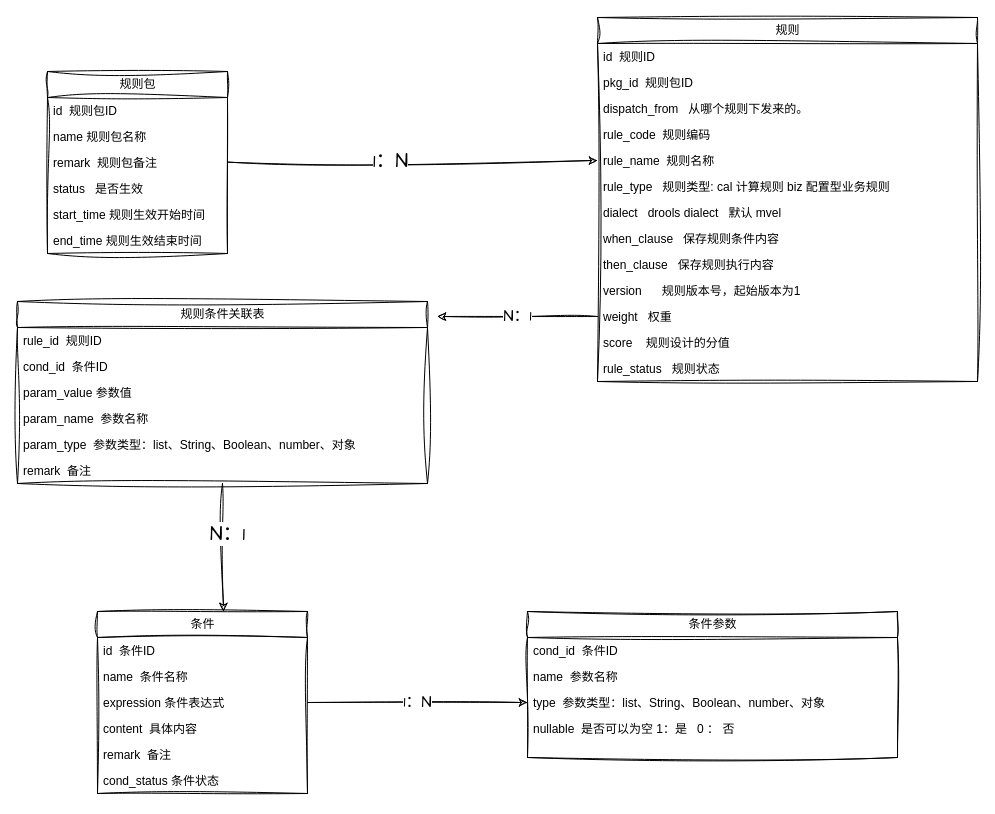
This is drawio/rule_engine/model_engine .drawio from wllpeter/picture, a draw.io file, before an edit. Source tidied: cells renumbered, new cells numbered last; positions are measured from the earlier drawing's top-left corner, leaving out a move shared by most shapes. Both pictures are drawn from the tidied source at 100%, with x=0, y=0 at pixel (17, 17).
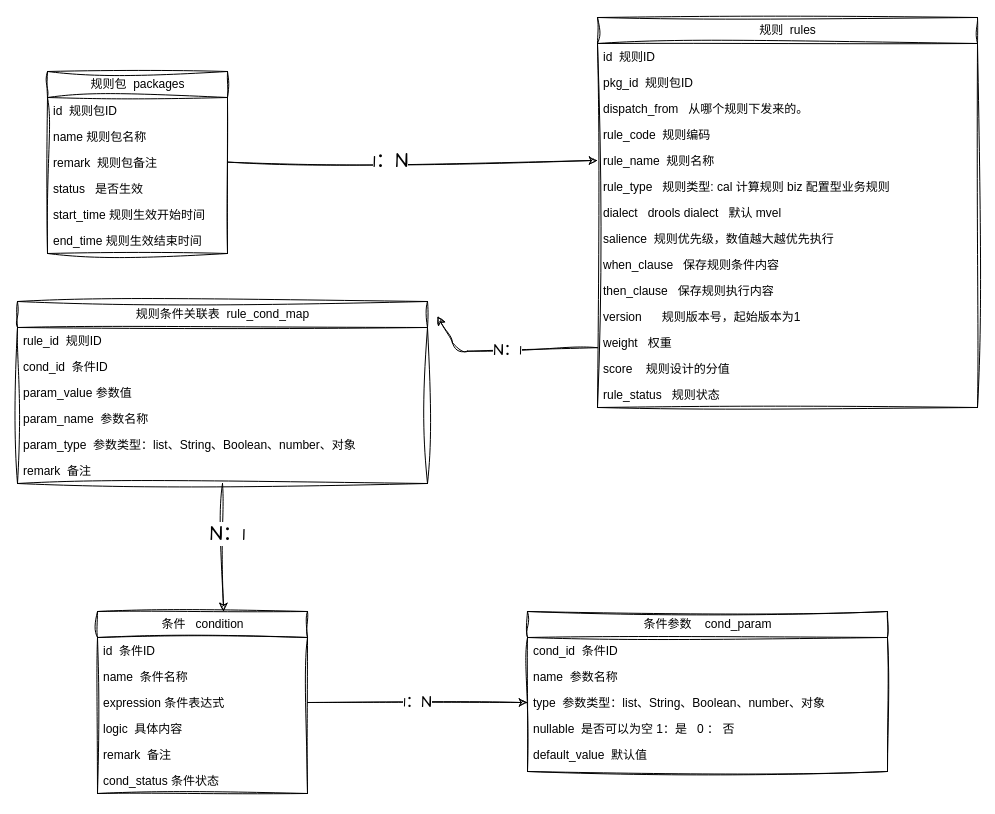
After the change.

Commit message (it also covers changes not shown here):
更新表结构

Change to the diagram source:
```diff
@@
-    <mxCell id="2" value="规则包" style="swimlane;fontStyle=0;horizontal=1;startSize=26;fillColor=none;html=1;sketch=1;curveFitting=1;jiggle=2;" parent="1" vertex="1">
+    <mxCell id="2" value="规则包&amp;nbsp;&amp;nbsp;packages" style="swimlane;fontStyle=0;horizontal=1;startSize=26;fillColor=none;html=1;sketch=1;curveFitting=1;jiggle=2;" parent="1" vertex="1">
       <mxGeometry x="30" y="54" width="180" height="182" as="geometry" />
     </mxCell>
@@
-    <mxCell id="9" value="规则" style="swimlane;fontStyle=0;horizontal=1;startSize=26;fillColor=none;html=1;sketch=1;curveFitting=1;jiggle=2;" parent="1" vertex="1">
-      <mxGeometry x="580" width="380" height="364" as="geometry" />
+    <mxCell id="9" value="规则&amp;nbsp;&amp;nbsp;rules" style="swimlane;fontStyle=0;horizontal=1;startSize=26;fillColor=none;html=1;sketch=1;curveFitting=1;jiggle=2;" parent="1" vertex="1">
+      <mxGeometry x="580" width="380" height="390" as="geometry" />
     </mxCell>
@@
+    <mxCell id="48" value="salience&amp;nbsp; 规则优先级，数值越大越优先执行" style="text;strokeColor=none;fillColor=none;align=left;verticalAlign=top;spacingLeft=4;spacingRight=4;overflow=hidden;whiteSpace=wrap;html=1;sketch=1;curveFitting=1;jiggle=2;" parent="9" vertex="1">
+      <mxGeometry y="208" width="380" height="26" as="geometry" />
+    </mxCell>
     <mxCell id="17" value="when_clause&amp;nbsp; &amp;nbsp;保存规则条件内容" style="text;strokeColor=none;fillColor=none;align=left;verticalAlign=top;spacingLeft=4;spacingRight=4;overflow=hidden;whiteSpace=wrap;html=1;sketch=1;curveFitting=1;jiggle=2;" parent="9" vertex="1">
-      <mxGeometry y="208" width="380" height="26" as="geometry" />
+      <mxGeometry y="234" width="380" height="26" as="geometry" />
     </mxCell>
     <mxCell id="18" value="then_clause&amp;nbsp; &amp;nbsp;保存规则执行内容" style="text;strokeColor=none;fillColor=none;align=left;verticalAlign=top;spacingLeft=4;spacingRight=4;overflow=hidden;whiteSpace=wrap;html=1;sketch=1;curveFitting=1;jiggle=2;" parent="9" vertex="1">
-      <mxGeometry y="234" width="380" height="26" as="geometry" />
+      <mxGeometry y="260" width="380" height="26" as="geometry" />
     </mxCell>
     <mxCell id="19" value="version&amp;nbsp; &amp;nbsp; &amp;nbsp; 规则版本号，起始版本为1" style="text;strokeColor=none;fillColor=none;align=left;verticalAlign=top;spacingLeft=4;spacingRight=4;overflow=hidden;whiteSpace=wrap;html=1;sketch=1;curveFitting=1;jiggle=2;" parent="9" vertex="1">
-      <mxGeometry y="260" width="380" height="26" as="geometry" />
+      <mxGeometry y="286" width="380" height="26" as="geometry" />
     </mxCell>
     <mxCell id="20" value="weight&amp;nbsp; &amp;nbsp;权重" style="text;strokeColor=none;fillColor=none;align=left;verticalAlign=top;spacingLeft=4;spacingRight=4;overflow=hidden;points=[[0,0.5],[1,0.5]];portConstraint=eastwest;whiteSpace=wrap;html=1;sketch=1;curveFitting=1;jiggle=2;" parent="9" vertex="1">
-      <mxGeometry y="286" width="380" height="26" as="geometry" />
+      <mxGeometry y="312" width="380" height="26" as="geometry" />
     </mxCell>
     <mxCell id="21" value="score&amp;nbsp; &amp;nbsp;&amp;nbsp;规则设计的分值" style="text;strokeColor=none;fillColor=none;align=left;verticalAlign=top;spacingLeft=4;spacingRight=4;overflow=hidden;whiteSpace=wrap;html=1;sketch=1;curveFitting=1;jiggle=2;" parent="9" vertex="1">
-      <mxGeometry y="312" width="380" height="26" as="geometry" />
+      <mxGeometry y="338" width="380" height="26" as="geometry" />
     </mxCell>
     <mxCell id="22" value="rule_status&amp;nbsp; &amp;nbsp;规则状态" style="text;strokeColor=none;fillColor=none;align=left;verticalAlign=top;spacingLeft=4;spacingRight=4;overflow=hidden;whiteSpace=wrap;html=1;sketch=1;curveFitting=1;jiggle=2;" parent="9" vertex="1">
-      <mxGeometry y="338" width="380" height="26" as="geometry" />
+      <mxGeometry y="364" width="380" height="26" as="geometry" />
     </mxCell>
-    <mxCell id="23" value="条件" style="swimlane;fontStyle=0;horizontal=1;startSize=26;fillColor=none;html=1;sketch=1;curveFitting=1;jiggle=2;" parent="1" vertex="1">
+    <mxCell id="23" value="条件&amp;nbsp; &amp;nbsp;condition" style="swimlane;fontStyle=0;horizontal=1;startSize=26;fillColor=none;html=1;sketch=1;curveFitting=1;jiggle=2;" parent="1" vertex="1">
       <mxGeometry x="80" y="594" width="210" height="182" as="geometry" />
     </mxCell>
@@
-    <mxCell id="27" value="content&amp;nbsp; 具体内容" style="text;strokeColor=none;fillColor=none;align=left;verticalAlign=top;spacingLeft=4;spacingRight=4;overflow=hidden;whiteSpace=wrap;html=1;sketch=1;curveFitting=1;jiggle=2;" parent="23" vertex="1">
+    <mxCell id="27" value="logic&amp;nbsp; 具体内容" style="text;strokeColor=none;fillColor=none;align=left;verticalAlign=top;spacingLeft=4;spacingRight=4;overflow=hidden;whiteSpace=wrap;html=1;sketch=1;curveFitting=1;jiggle=2;" parent="23" vertex="1">
       <mxGeometry y="104" width="210" height="26" as="geometry" />
     </mxCell>
@@
-    <mxCell id="30" value="条件参数" style="swimlane;fontStyle=0;horizontal=1;startSize=26;fillColor=none;html=1;sketch=1;curveFitting=1;jiggle=2;" parent="1" vertex="1">
-      <mxGeometry x="510" y="594" width="370" height="146" as="geometry" />
+    <mxCell id="30" value="条件参数&amp;nbsp; &amp;nbsp;&amp;nbsp;cond_param" style="swimlane;fontStyle=0;horizontal=1;startSize=26;fillColor=none;html=1;sketch=1;curveFitting=1;jiggle=2;" parent="1" vertex="1">
+      <mxGeometry x="510" y="594" width="360" height="160" as="geometry" />
     </mxCell>
     <mxCell id="31" value="cond_id&amp;nbsp; 条件ID" style="text;strokeColor=none;fillColor=none;align=left;verticalAlign=top;spacingLeft=4;spacingRight=4;overflow=hidden;whiteSpace=wrap;html=1;sketch=1;curveFitting=1;jiggle=2;" parent="30" vertex="1">
-      <mxGeometry y="26" width="370" height="26" as="geometry" />
+      <mxGeometry y="26" width="360" height="26" as="geometry" />
     </mxCell>
     <mxCell id="32" value="name&amp;nbsp; 参数名称" style="text;strokeColor=none;fillColor=none;align=left;verticalAlign=top;spacingLeft=4;spacingRight=4;overflow=hidden;whiteSpace=wrap;html=1;sketch=1;curveFitting=1;jiggle=2;" parent="30" vertex="1">
-      <mxGeometry y="52" width="370" height="26" as="geometry" />
+      <mxGeometry y="52" width="360" height="26" as="geometry" />
     </mxCell>
     <mxCell id="33" value="type&amp;nbsp; 参数类型：list、String、Boolean、number、对象" style="text;strokeColor=none;fillColor=none;align=left;verticalAlign=top;spacingLeft=4;spacingRight=4;overflow=hidden;points=[[0,0.5],[1,0.5]];portConstraint=eastwest;whiteSpace=wrap;html=1;sketch=1;curveFitting=1;jiggle=2;" parent="30" vertex="1">
-      <mxGeometry y="78" width="370" height="26" as="geometry" />
+      <mxGeometry y="78" width="360" height="26" as="geometry" />
     </mxCell>
     <mxCell id="34" value="nullable&amp;nbsp; 是否可以为空 1：是&amp;nbsp; &amp;nbsp;0 ： 否" style="text;strokeColor=none;fillColor=none;align=left;verticalAlign=top;spacingLeft=4;spacingRight=4;overflow=hidden;whiteSpace=wrap;html=1;sketch=1;curveFitting=1;jiggle=2;" parent="30" vertex="1">
-      <mxGeometry y="104" width="370" height="42" as="geometry" />
+      <mxGeometry y="104" width="360" height="26" as="geometry" />
     </mxCell>
+    <mxCell id="49" value="default_value&amp;nbsp; 默认值" style="text;strokeColor=none;fillColor=none;align=left;verticalAlign=top;spacingLeft=4;spacingRight=4;overflow=hidden;whiteSpace=wrap;html=1;sketch=1;curveFitting=1;jiggle=2;" parent="30" vertex="1">
+      <mxGeometry y="130" width="360" height="30" as="geometry" />
+    </mxCell>
@@
-    <mxCell id="37" value="规则条件关联表" style="swimlane;fontStyle=0;horizontal=1;startSize=26;fillColor=none;html=1;sketch=1;curveFitting=1;jiggle=2;" parent="1" vertex="1">
+    <mxCell id="37" value="规则条件关联表&amp;nbsp;&amp;nbsp;rule_cond_map" style="swimlane;fontStyle=0;horizontal=1;startSize=26;fillColor=none;html=1;sketch=1;curveFitting=1;jiggle=2;" parent="1" vertex="1">
       <mxGeometry y="284" width="410" height="182" as="geometry" />
     </mxCell>
@@
     <mxCell id="44" value="N：1" style="edgeStyle=none;sketch=1;hachureGap=4;jiggle=2;curveFitting=1;html=1;fontFamily=Architects Daughter;fontSize=16;" parent="1" edge="1" source="20">
       <mxGeometry relative="1" as="geometry">
         <mxPoint x="420" y="299" as="targetPoint" />
+        <Array as="points">
+          <mxPoint x="440" y="334" />
+        </Array>
       </mxGeometry>
     </mxCell>
```
